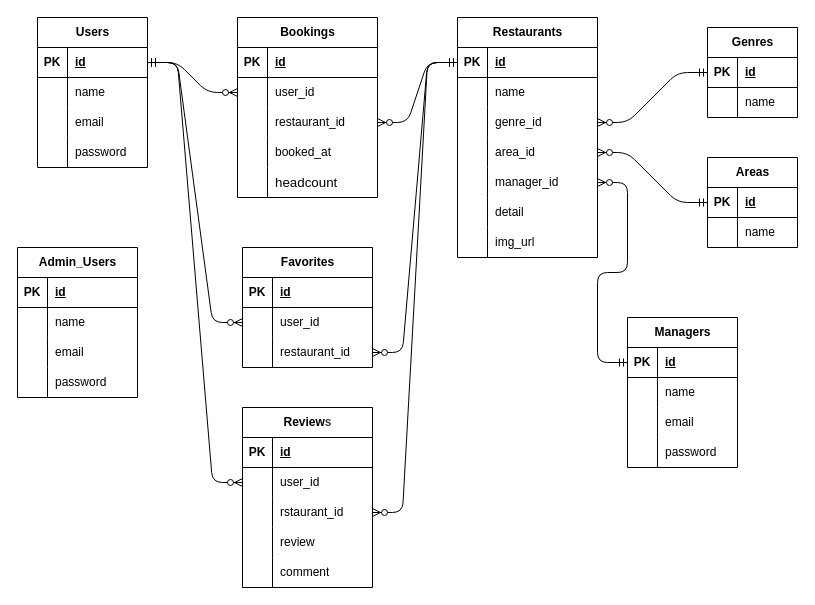
Earlier version of the draw.io diagram ER.dio (ryota10-ten/booking). Source tidied: cells renumbered, new cells numbered last; positions are measured from the earlier drawing's top-left corner, leaving out a move shared by most shapes. Both pictures are drawn from the tidied source at 100%, with x=0, y=0 at pixel (-113, 17).
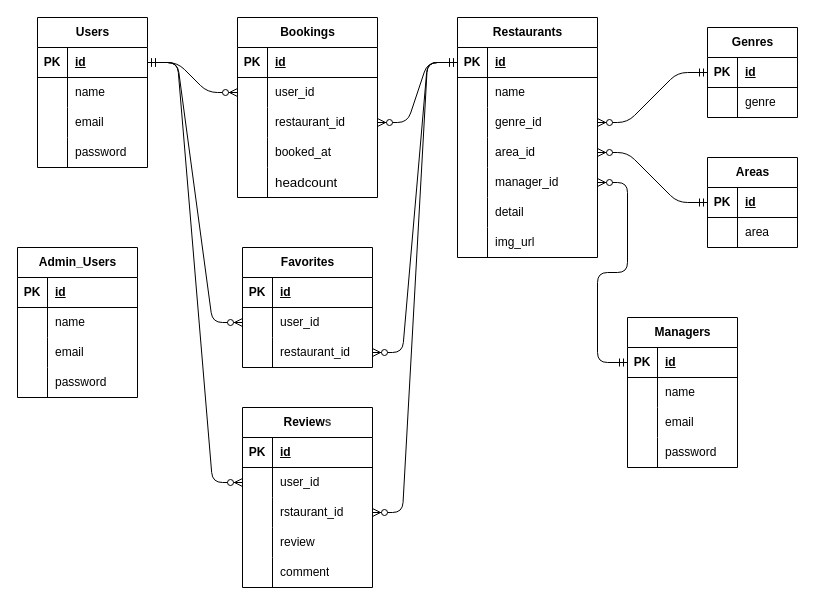
After the change.

The change refers to these unchanged cells:
```xml
<mxCell id="93" style="shape=tableRow;horizontal=0;startSize=0;swimlaneHead=0;swimlaneBody=0;fillColor=none;top=0;left=0;right=0;bottom=0;" parent="89" vertex="1">
  <mxGeometry y="60" width="90" height="30" as="geometry" />
</mxCell>
<mxCell id="100" style="shape=tableRow;horizontal=0;startSize=0;swimlaneHead=0;swimlaneBody=0;fillColor=none;top=0;left=0;right=0;bottom=0;" parent="96" vertex="1">
  <mxGeometry y="60" width="90" height="30" as="geometry" />
</mxCell>
```

Change to the diagram source:
```diff
@@
-    <mxCell id="95" value="name" style="shape=partialRectangle;fillColor=none;top=0;left=0;bottom=0;right=0;align=left;spacingLeft=6;overflow=hidden;whiteSpace=wrap;html=1;" parent="93" vertex="1">
+    <mxCell id="95" value="area" style="shape=partialRectangle;fillColor=none;top=0;left=0;bottom=0;right=0;align=left;spacingLeft=6;overflow=hidden;whiteSpace=wrap;html=1;" parent="93" vertex="1">
       <mxGeometry x="30" width="60" height="30" as="geometry" />
     </mxCell>
@@
-    <mxCell id="102" value="name" style="shape=partialRectangle;fillColor=none;top=0;left=0;bottom=0;right=0;align=left;spacingLeft=6;overflow=hidden;whiteSpace=wrap;html=1;" parent="100" vertex="1">
+    <mxCell id="102" value="genre" style="shape=partialRectangle;fillColor=none;top=0;left=0;bottom=0;right=0;align=left;spacingLeft=6;overflow=hidden;whiteSpace=wrap;html=1;" parent="100" vertex="1">
       <mxGeometry x="30" width="60" height="30" as="geometry" />
     </mxCell>
```
